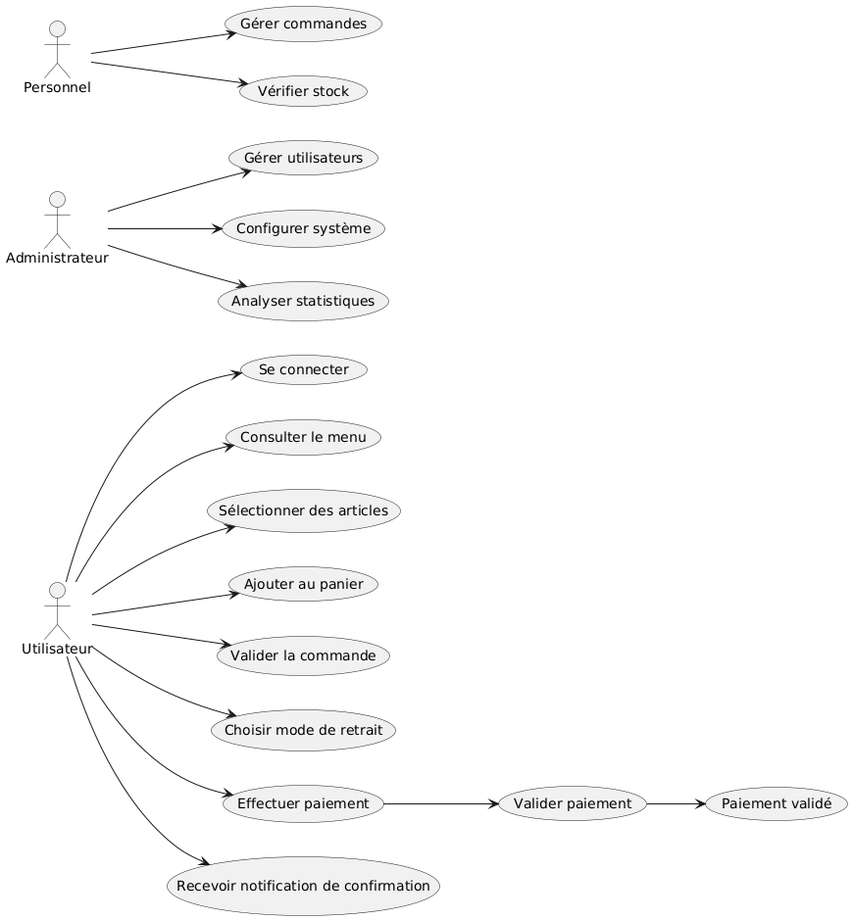
Before: Diagramme/casDutulisation.png, a diagram exported from PlantUML (noushiFlex/organisation-pauses). Source of this version:
```plantuml
@startuml
actor Utilisateur as U
actor Administrateur as A
actor Personnel as P

left to right direction
U --> (Se connecter)
U --> (Consulter le menu)
U --> (Sélectionner des articles)
U --> (Ajouter au panier)
U --> (Valider la commande)
U --> (Choisir mode de retrait)
U --> (Effectuer paiement)
U --> (Recevoir notification de confirmation)

P --> (Gérer commandes)
P --> (Vérifier stock)

A --> (Gérer utilisateurs)
A --> (Configurer système)
A --> (Analyser statistiques)

(Effectuer paiement) --> (Valider paiement)
(Valider paiement) --> (Paiement validé)
@enduml
```
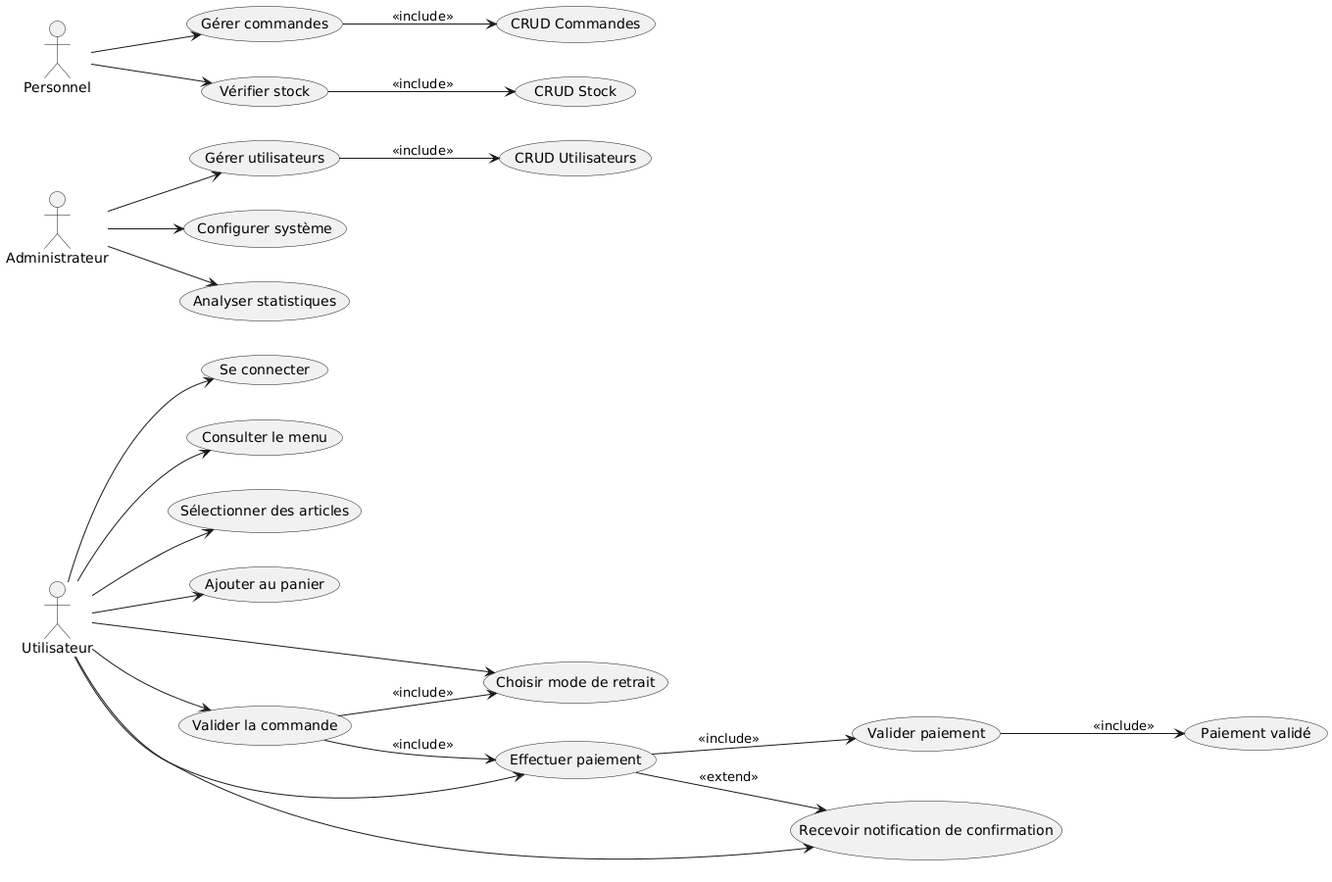
Later version of the same file.

Commit message:
Update diagramme de cas d'utulisation

What changed in the source:
```diff
@@ -1,9 +1,10 @@
 @startuml
+left to right direction
+
 actor Utilisateur as U
 actor Administrateur as A
 actor Personnel as P
 
-left to right direction
 U --> (Se connecter)
 U --> (Consulter le menu)
 U --> (Sélectionner des articles)
@@ -20,6 +21,13 @@
 A --> (Configurer système)
 A --> (Analyser statistiques)
 
-(Effectuer paiement) --> (Valider paiement)
-(Valider paiement) --> (Paiement validé)
+(Effectuer paiement) --> (Valider paiement) : <<include>>
+(Valider paiement) --> (Paiement validé) : <<include>>
+(Valider la commande) --> (Choisir mode de retrait) : <<include>>
+(Valider la commande) --> (Effectuer paiement) : <<include>>
+(Effectuer paiement) --> (Recevoir notification de confirmation) : <<extend>>
+
+(Gérer commandes) --> (CRUD Commandes) : <<include>>
+(Gérer utilisateurs) --> (CRUD Utilisateurs) : <<include>>
+(Vérifier stock) --> (CRUD Stock) : <<include>>
 @enduml
```
